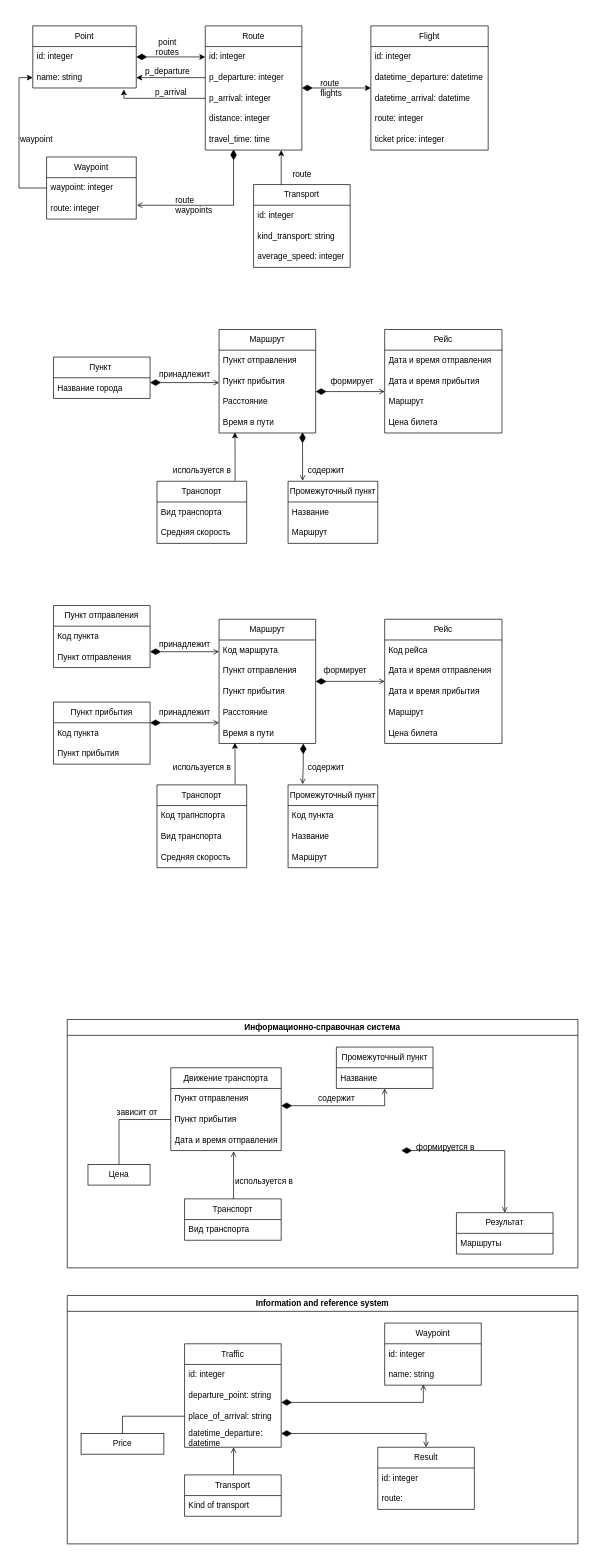
This is Диаграмма мпо.drawio from Anaastasiya/-, a draw.io file, before an edit. Source tidied: cells renumbered, new cells numbered last; positions are measured from the earlier drawing's top-left corner, leaving out a move shared by most shapes. Both pictures are drawn from the tidied source at 69%, with x=0, y=0 at pixel (12, 26).
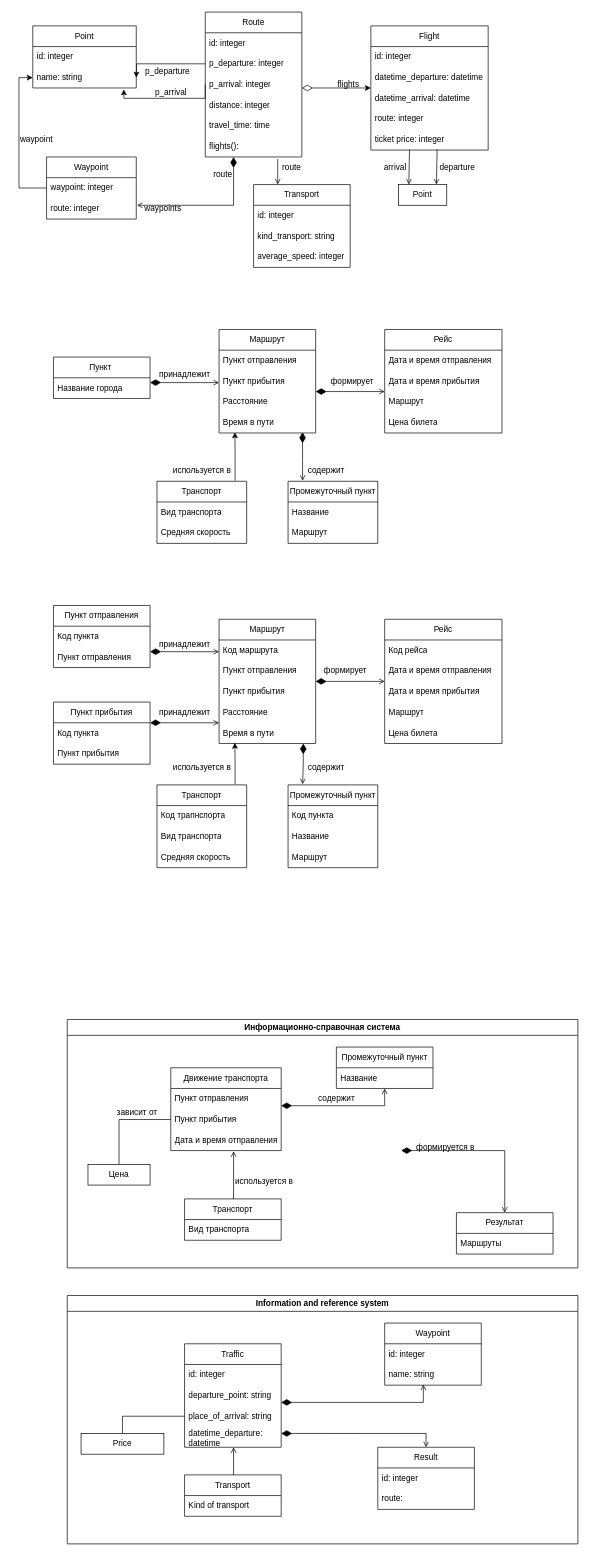
The same page after the edit.

Unchanged cells that the change refers to:
```xml
<mxCell id="107" value="id: integer" style="text;strokeColor=none;fillColor=none;align=left;verticalAlign=middle;spacingLeft=4;spacingRight=4;overflow=hidden;points=[[0,0.5],[1,0.5]];portConstraint=eastwest;whiteSpace=wrap;html=1;" parent="106" vertex="1">
  <mxGeometry y="30" width="150" height="30" as="geometry" />
</mxCell>
<mxCell id="110" value="id: integer" style="text;strokeColor=none;fillColor=none;align=left;verticalAlign=middle;spacingLeft=4;spacingRight=4;overflow=hidden;points=[[0,0.5],[1,0.5]];portConstraint=eastwest;whiteSpace=wrap;html=1;" parent="109" vertex="1">
  <mxGeometry y="30" width="140" height="30" as="geometry" />
</mxCell>
<mxCell id="114" value="travel_time: time" style="text;strokeColor=none;fillColor=none;align=left;verticalAlign=middle;spacingLeft=4;spacingRight=4;overflow=hidden;points=[[0,0.5],[1,0.5]];portConstraint=eastwest;whiteSpace=wrap;html=1;" parent="109" vertex="1">
  <mxGeometry y="150" width="140" height="30" as="geometry" />
</mxCell>
<mxCell id="118" value="datetime_arrival: datetime" style="text;strokeColor=none;fillColor=none;align=left;verticalAlign=middle;spacingLeft=4;spacingRight=4;overflow=hidden;points=[[0,0.5],[1,0.5]];portConstraint=eastwest;whiteSpace=wrap;html=1;" parent="115" vertex="1">
  <mxGeometry y="90" width="170" height="30" as="geometry" />
</mxCell>
<mxCell id="122" value="Transport" style="swimlane;fontStyle=0;horizontal=1;startSize=30;whiteSpace=wrap;html=1;" parent="1" vertex="1">
  <mxGeometry x="350" y="230" width="140" height="120" as="geometry" />
</mxCell>
```

Change to the diagram source:
```diff
@@
     <mxCell id="109" value="Route" style="swimlane;fontStyle=0;horizontal=1;startSize=30;whiteSpace=wrap;html=1;" parent="1" vertex="1">
-      <mxGeometry x="280" width="140" height="180" as="geometry" />
+      <mxGeometry x="280" y="-20" width="140" height="210" as="geometry" />
     </mxCell>
@@
+    <mxCell id="139" value="flights():" style="text;strokeColor=none;fillColor=none;align=left;verticalAlign=middle;spacingLeft=4;spacingRight=4;overflow=hidden;points=[[0,0.5],[1,0.5]];portConstraint=eastwest;whiteSpace=wrap;html=1;" parent="109" vertex="1">
+      <mxGeometry y="180" width="140" height="30" as="geometry" />
+    </mxCell>
@@
-    <mxCell id="121" style="edgeStyle=orthogonalEdgeStyle;rounded=0;jettySize=auto;html=1;exitX=0.307;exitY=0;exitDx=0;exitDy=0;exitPerimeter=0;" parent="1" edge="1" source="122">
-      <mxGeometry relative="1" as="geometry">
-        <mxPoint x="390" y="180" as="targetPoint" />
-        <Array as="points">
-          <mxPoint x="390" y="240" />
-        </Array>
-      </mxGeometry>
+    <mxCell id="121" style="edgeStyle=orthogonalEdgeStyle;rounded=0;jettySize=auto;html=1;endArrow=none;endFill=0;startArrow=open;startFill=0;exitX=0.25;exitY=0;exitDx=0;exitDy=0;entryX=0.75;entryY=1.1;entryDx=0;entryDy=0;entryPerimeter=0;" parent="1" edge="1" source="122" target="139">
+      <mxGeometry relative="1" as="geometry" />
     </mxCell>
@@
-    <mxCell id="126" style="edgeStyle=orthogonalEdgeStyle;rounded=0;jettySize=auto;html=1;startArrow=diamondThin;startFill=1;startSize=13;endArrow=classic;endFill=1;entryX=0;entryY=0;entryDx=0;entryDy=0;entryPerimeter=0;" parent="1" edge="1" target="118">
+    <mxCell id="126" style="edgeStyle=orthogonalEdgeStyle;rounded=0;jettySize=auto;html=1;startArrow=diamondThin;startFill=0;startSize=13;endArrow=classic;endFill=1;entryX=0;entryY=0;entryDx=0;entryDy=0;entryPerimeter=0;" parent="1" edge="1" target="118">
       <mxGeometry relative="1" as="geometry">
         <mxPoint x="420" y="90" as="sourcePoint" />
         <Array as="points">
           <mxPoint x="490" y="90" />
           <mxPoint x="490" y="90" />
         </Array>
       </mxGeometry>
     </mxCell>
     <mxCell id="127" value="route" style="text;html=1;align=center;verticalAlign=middle;strokeColor=none;fillColor=none;" parent="1" vertex="1">
-      <mxGeometry x="395" y="200" width="50" height="30" as="geometry" />
+      <mxGeometry x="380" y="190" width="50" height="30" as="geometry" />
     </mxCell>
-    <mxCell id="128" value="route&lt;br&gt;flights" style="text;html=1;align=left;verticalAlign=middle;strokeColor=none;fillColor=none;" parent="1" vertex="1">
-      <mxGeometry x="445" y="70" width="50" height="40" as="geometry" />
+    <mxCell id="128" value="flights" style="text;html=1;align=left;verticalAlign=middle;strokeColor=none;fillColor=none;" parent="1" vertex="1">
+      <mxGeometry x="470" y="70" width="50" height="30" as="geometry" />
     </mxCell>
-    <mxCell id="129" value="point&lt;br&gt;routes" style="text;html=1;align=center;verticalAlign=middle;strokeColor=none;fillColor=none;" parent="1" vertex="1">
-      <mxGeometry x="195" y="11" width="60" height="40" as="geometry" />
-    </mxCell>
-    <mxCell id="130" style="edgeStyle=orthogonalEdgeStyle;rounded=0;jettySize=auto;html=1;exitX=0;exitY=0.5;exitDx=0;exitDy=0;entryX=1;entryY=0.5;entryDx=0;entryDy=0;startArrow=classic;startFill=1;startSize=6;endArrow=diamondThin;endFill=1;endSize=13;" parent="1" edge="1" source="110" target="107">
-      <mxGeometry relative="1" as="geometry" />
-    </mxCell>
@@
-    <mxCell id="135" style="edgeStyle=orthogonalEdgeStyle;rounded=0;jettySize=auto;html=1;startArrow=open;startFill=0;startSize=6;endArrow=diamondThin;endFill=1;endSize=13;entryX=0.293;entryY=0.967;entryDx=0;entryDy=0;entryPerimeter=0;" parent="1" edge="1" target="114">
+    <mxCell id="135" style="edgeStyle=orthogonalEdgeStyle;rounded=0;jettySize=auto;html=1;startArrow=open;startFill=0;startSize=6;endArrow=diamondThin;endFill=1;endSize=13;" parent="1" edge="1" target="109">
       <mxGeometry relative="1" as="geometry">
         <mxPoint x="181" y="260" as="sourcePoint" />
         <Array as="points">
-          <mxPoint x="181" y="260" />
           <mxPoint x="321" y="260" />
         </Array>
       </mxGeometry>
     </mxCell>
-    <mxCell id="136" value="route&lt;br&gt;waypoints" style="text;html=1;align=left;verticalAlign=middle;strokeColor=none;fillColor=none;" parent="1" vertex="1">
-      <mxGeometry x="235" y="240" width="80" height="40" as="geometry" />
+    <mxCell id="136" value="waypoints" style="text;html=1;align=left;verticalAlign=middle;strokeColor=none;fillColor=none;" parent="1" vertex="1">
+      <mxGeometry x="190" y="250" width="80" height="30" as="geometry" />
     </mxCell>
@@
+    <mxCell id="140" value="route" style="text;html=1;align=left;verticalAlign=middle;strokeColor=none;fillColor=none;" parent="1" vertex="1">
+      <mxGeometry x="290" y="200" width="50" height="30" as="geometry" />
+    </mxCell>
+    <mxCell id="141" value="Point" style="rounded=0;whiteSpace=wrap;html=1;" parent="1" vertex="1">
+      <mxGeometry x="560" y="230" width="70" height="30" as="geometry" />
+    </mxCell>
+    <mxCell id="142" style="edgeStyle=orthogonalEdgeStyle;rounded=0;orthogonalLoop=1;jettySize=auto;html=1;endArrow=none;endFill=0;startArrow=open;startFill=0;exitX=0.25;exitY=0;exitDx=0;exitDy=0;entryX=0.757;entryY=0.967;entryDx=0;entryDy=0;entryPerimeter=0;" parent="1" edge="1">
+      <mxGeometry relative="1" as="geometry">
+        <mxPoint x="575" y="230" as="sourcePoint" />
+        <mxPoint x="576" y="179" as="targetPoint" />
+        <Array as="points">
+          <mxPoint x="575" y="179" />
+        </Array>
+      </mxGeometry>
+    </mxCell>
+    <mxCell id="143" value="arrival" style="text;html=1;align=center;verticalAlign=middle;strokeColor=none;fillColor=none;" parent="1" vertex="1">
+      <mxGeometry x="525" y="190" width="60" height="30" as="geometry" />
+    </mxCell>
+    <mxCell id="144" style="edgeStyle=orthogonalEdgeStyle;rounded=0;orthogonalLoop=1;jettySize=auto;html=1;endArrow=none;endFill=0;startArrow=open;startFill=0;exitX=0.25;exitY=0;exitDx=0;exitDy=0;entryX=0.757;entryY=0.967;entryDx=0;entryDy=0;entryPerimeter=0;" parent="1" edge="1">
+      <mxGeometry relative="1" as="geometry">
+        <mxPoint x="615" y="230" as="sourcePoint" />
+        <mxPoint x="616" y="179" as="targetPoint" />
+        <Array as="points">
+          <mxPoint x="615" y="179" />
+        </Array>
+      </mxGeometry>
+    </mxCell>
+    <mxCell id="145" value="departure" style="text;html=1;align=center;verticalAlign=middle;strokeColor=none;fillColor=none;" parent="1" vertex="1">
+      <mxGeometry x="610" y="190" width="70" height="30" as="geometry" />
+    </mxCell>
```
